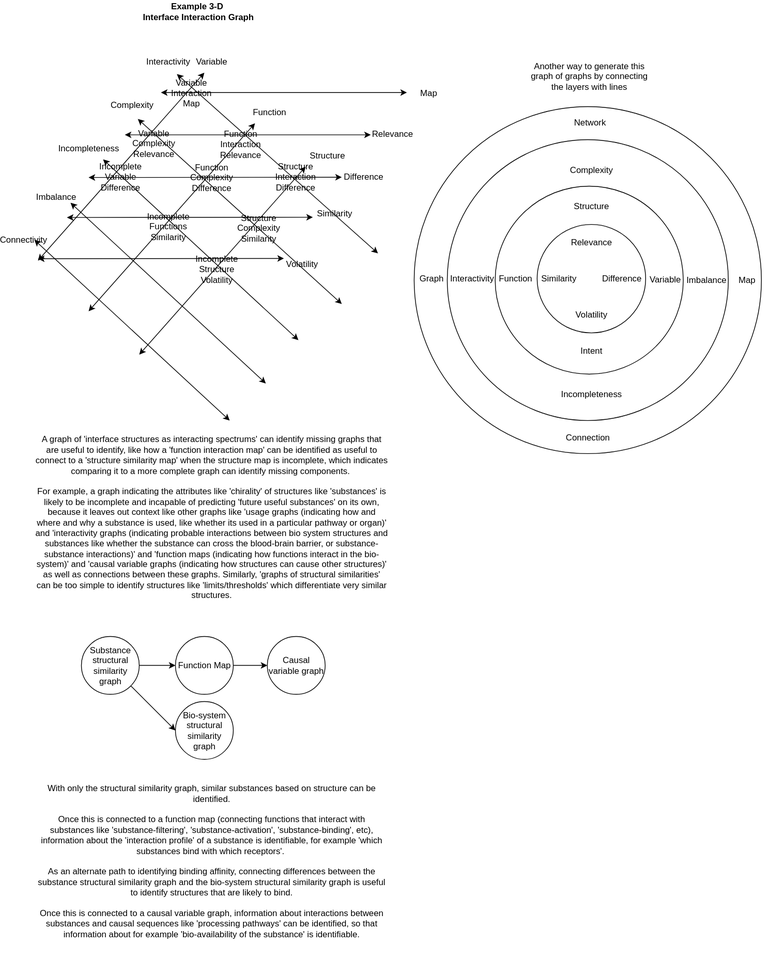
outdreamer/build-a-cure keeps this draw.io diagram as docs/objects/graph_generation.drawio.svg. Above is the earlier version. Source tidied: cells renumbered, new cells last; positions are measured from the earlier drawing's top-left corner, leaving out a move shared by most shapes.
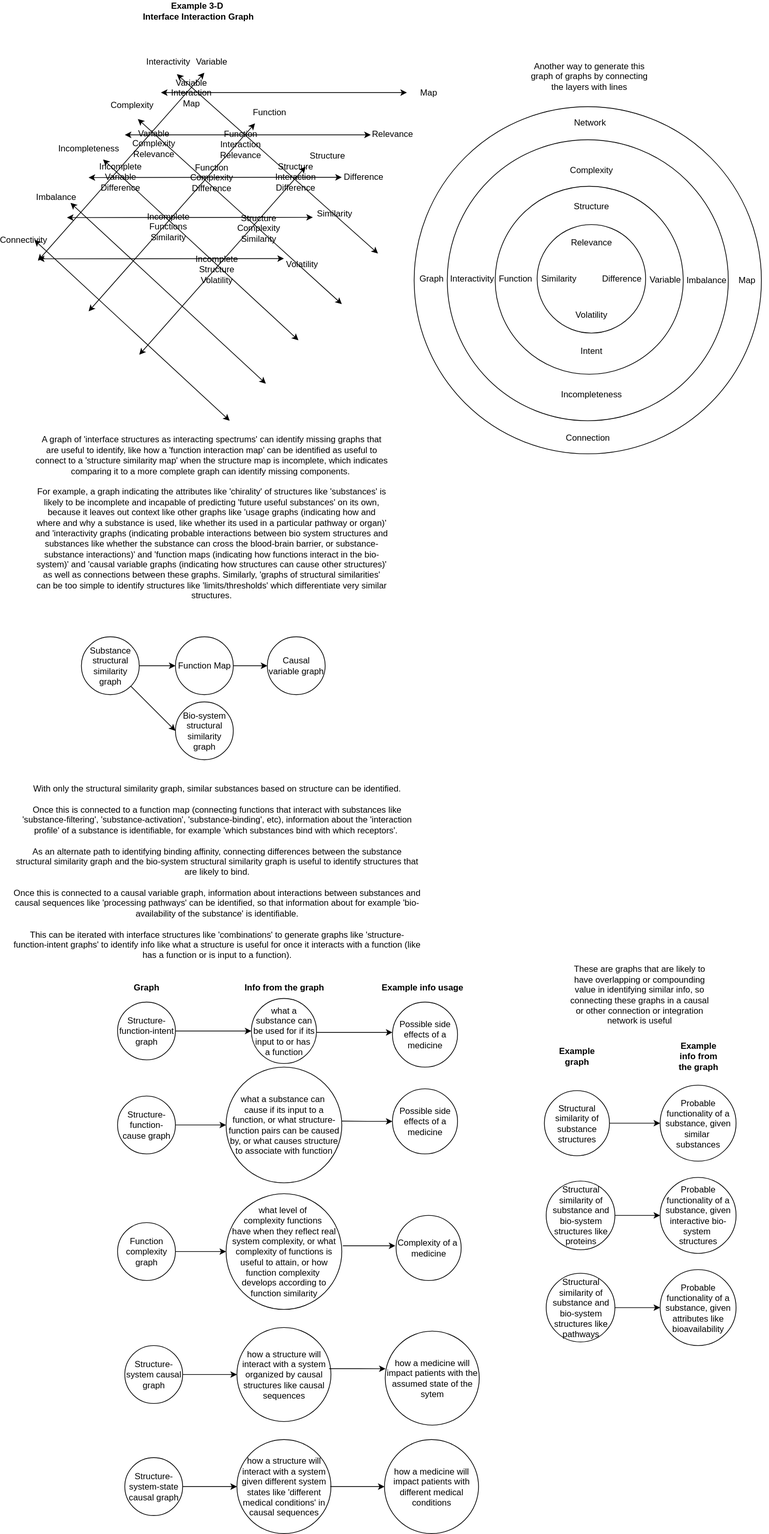
Later version of the same file.

Change to the diagram source:
```diff
@@ -233,8 +233,8 @@
         <mxPoint x="320" y="920" as="sourcePoint" />
       </mxGeometry>
     </mxCell>
-    <mxCell id="65" value="With only the structural similarity graph, similar substances based on structure can be identified.&lt;div&gt;&lt;br&gt;&lt;/div&gt;&lt;div&gt;Once this is connected to a function map (connecting functions that interact with substances like 'substance-filtering', 'substance-activation', 'substance-binding', etc), information about the 'interaction profile' of a substance is identifiable, for example 'which substances bind with which receptors'.&amp;nbsp;&lt;/div&gt;&lt;div&gt;&lt;br&gt;&lt;/div&gt;&lt;div&gt;As an alternate path to identifying binding affinity, connecting differences between the substance structural similarity graph and the bio-system structural similarity graph is useful to identify structures that are likely to bind.&lt;/div&gt;&lt;div&gt;&lt;br&gt;&lt;/div&gt;&lt;div&gt;Once this is connected to a causal variable graph, information about interactions between substances and causal sequences like 'processing pathways' can be identified, so that information about for example 'bio-availability of the substance' is identifiable.&lt;/div&gt;&lt;div&gt;&lt;br&gt;&lt;/div&gt;&lt;div&gt;&lt;br&gt;&lt;/div&gt;" style="text;html=1;align=center;verticalAlign=middle;whiteSpace=wrap;rounded=0;" parent="1" vertex="1">
-      <mxGeometry x="45" y="1190" width="490" height="30" as="geometry" />
+    <mxCell id="65" value="With only the structural similarity graph, similar substances based on structure can be identified.&lt;div&gt;&lt;br&gt;&lt;/div&gt;&lt;div&gt;Once this is connected to a function map (connecting functions that interact with substances like 'substance-filtering', 'substance-activation', 'substance-binding', etc), information about the 'interaction profile' of a substance is identifiable, for example 'which substances bind with which receptors'.&amp;nbsp;&lt;/div&gt;&lt;div&gt;&lt;br&gt;&lt;/div&gt;&lt;div&gt;As an alternate path to identifying binding affinity, connecting differences between the substance structural similarity graph and the bio-system structural similarity graph is useful to identify structures that are likely to bind.&lt;/div&gt;&lt;div&gt;&lt;br&gt;&lt;/div&gt;&lt;div&gt;Once this is connected to a causal variable graph, information about interactions between substances and causal sequences like 'processing pathways' can be identified, so that information about for example 'bio-availability of the substance' is identifiable.&lt;/div&gt;&lt;div&gt;&lt;br&gt;&lt;/div&gt;&lt;div&gt;This can be iterated with interface structures like 'combinations' to generate graphs like 'structure-function-intent graphs' to identify info like what a structure is useful for once it interacts with a function (like has a function or is input to a function).&lt;/div&gt;" style="text;html=1;align=center;verticalAlign=middle;whiteSpace=wrap;rounded=0;" parent="1" vertex="1">
+      <mxGeometry x="14.5" y="1190" width="565" height="30" as="geometry" />
     </mxCell>
     <mxCell id="66" value="Bio-system structural similarity graph" style="ellipse;whiteSpace=wrap;html=1;" parent="1" vertex="1">
       <mxGeometry x="240" y="970" width="80" height="80" as="geometry" />
@@ -242,5 +242,136 @@
     <mxCell id="67" style="endArrow=classic;html=1;rounded=0;exitX=1;exitY=1;exitDx=0;exitDy=0;entryX=0;entryY=0.5;entryDx=0;entryDy=0;" parent="1" edge="1" source="60" target="66">
       <mxGeometry relative="1" as="geometry" />
     </mxCell>
+    <mxCell id="68" style="edgeStyle=orthogonalEdgeStyle;rounded=0;jettySize=auto;html=1;" parent="1" edge="1" source="69" target="70">
+      <mxGeometry relative="1" as="geometry" />
+    </mxCell>
+    <mxCell id="69" value="Structure-function-intent graph" style="ellipse;whiteSpace=wrap;html=1;" parent="1" vertex="1">
+      <mxGeometry x="160" y="1385" width="80" height="80" as="geometry" />
+    </mxCell>
+    <mxCell id="70" value="what a substance can be used for if its input to or has&amp;nbsp;&lt;div&gt;a function&lt;/div&gt;" style="ellipse;whiteSpace=wrap;html=1;" parent="1" vertex="1">
+      <mxGeometry x="345" y="1380" width="90" height="90" as="geometry" />
+    </mxCell>
+    <mxCell id="71" style="edgeStyle=orthogonalEdgeStyle;rounded=0;jettySize=auto;html=1;" parent="1" edge="1" source="72" target="73">
+      <mxGeometry relative="1" as="geometry" />
+    </mxCell>
+    <mxCell id="72" value="Structure-function-cause graph" style="ellipse;whiteSpace=wrap;html=1;" parent="1" vertex="1">
+      <mxGeometry x="160" y="1515" width="80" height="80" as="geometry" />
+    </mxCell>
+    <mxCell id="73" value="what a substance can&amp;nbsp;&lt;div&gt;cause if its input to a function, or what structure-function pairs can be caused by, or what causes structure to associate with function&lt;/div&gt;" style="ellipse;whiteSpace=wrap;html=1;" parent="1" vertex="1">
+      <mxGeometry x="310" y="1475" width="160" height="160" as="geometry" />
+    </mxCell>
+    <mxCell id="74" value="Graph" style="text;html=1;align=center;verticalAlign=middle;whiteSpace=wrap;rounded=0;fontStyle=1;" parent="1" vertex="1">
+      <mxGeometry x="170" y="1350" width="60" height="30" as="geometry" />
+    </mxCell>
+    <mxCell id="75" value="Info from the graph" style="text;html=1;align=center;verticalAlign=middle;whiteSpace=wrap;rounded=0;fontStyle=1;" parent="1" vertex="1">
+      <mxGeometry x="328.5" y="1350" width="123" height="30" as="geometry" />
+    </mxCell>
+    <mxCell id="76" style="edgeStyle=orthogonalEdgeStyle;rounded=0;jettySize=auto;html=1;" parent="1" edge="1" source="77" target="78">
+      <mxGeometry relative="1" as="geometry" />
+    </mxCell>
+    <mxCell id="77" value="Function complexity graph" style="ellipse;whiteSpace=wrap;html=1;" parent="1" vertex="1">
+      <mxGeometry x="160" y="1690" width="80" height="80" as="geometry" />
+    </mxCell>
+    <mxCell id="78" value="what level of&amp;nbsp;&lt;div&gt;complexity functions&amp;nbsp;&lt;/div&gt;&lt;div&gt;have when they reflect real system complexity, or what complexity of functions is useful to attain, or how function complexity&amp;nbsp;&lt;div&gt;develops according to function similarity&lt;/div&gt;&lt;/div&gt;" style="ellipse;whiteSpace=wrap;html=1;" parent="1" vertex="1">
+      <mxGeometry x="310" y="1650" width="160" height="160" as="geometry" />
+    </mxCell>
+    <mxCell id="79" style="edgeStyle=orthogonalEdgeStyle;rounded=0;jettySize=auto;html=1;" parent="1" edge="1" source="80" target="81">
+      <mxGeometry relative="1" as="geometry" />
+    </mxCell>
+    <mxCell id="80" value="Structure-system causal graph" style="ellipse;whiteSpace=wrap;html=1;" parent="1" vertex="1">
+      <mxGeometry x="170" y="1860" width="80" height="80" as="geometry" />
+    </mxCell>
+    <mxCell id="81" value="how a structure will interact with a system organized by causal structures like causal sequences" style="ellipse;whiteSpace=wrap;html=1;" parent="1" vertex="1">
+      <mxGeometry x="325" y="1835" width="130" height="130" as="geometry" />
+    </mxCell>
+    <mxCell id="82" style="edgeStyle=orthogonalEdgeStyle;rounded=0;jettySize=auto;html=1;" parent="1" edge="1" source="83" target="84">
+      <mxGeometry relative="1" as="geometry" />
+    </mxCell>
+    <mxCell id="83" value="Structure-system-state causal graph" style="ellipse;whiteSpace=wrap;html=1;" parent="1" vertex="1">
+      <mxGeometry x="170" y="2015" width="80" height="80" as="geometry" />
+    </mxCell>
+    <mxCell id="84" value="how a structure will interact with a system given different system states like 'different medical conditions' in causal sequences" style="ellipse;whiteSpace=wrap;html=1;" parent="1" vertex="1">
+      <mxGeometry x="325" y="1990" width="130" height="130" as="geometry" />
+    </mxCell>
+    <mxCell id="85" value="how a medicine will impact patients with different medical conditions" style="ellipse;whiteSpace=wrap;html=1;" parent="1" vertex="1">
+      <mxGeometry x="529" y="1990" width="130" height="130" as="geometry" />
+    </mxCell>
+    <mxCell id="86" style="edgeStyle=orthogonalEdgeStyle;rounded=0;orthogonalLoop=1;jettySize=auto;html=1;entryX=0;entryY=0.5;entryDx=0;entryDy=0;" parent="1" edge="1">
+      <mxGeometry relative="1" as="geometry">
+        <mxPoint x="454" y="2055" as="sourcePoint" />
+        <mxPoint x="529" y="2055" as="targetPoint" />
+      </mxGeometry>
+    </mxCell>
+    <mxCell id="87" value="how a medicine will impact patients with the assumed state of the sytem" style="ellipse;whiteSpace=wrap;html=1;" parent="1" vertex="1">
+      <mxGeometry x="530" y="1840" width="130" height="130" as="geometry" />
+    </mxCell>
+    <mxCell id="88" style="edgeStyle=orthogonalEdgeStyle;rounded=0;jettySize=auto;html=1;entryX=0.004;entryY=0.4;entryDx=0;entryDy=0;exitX=0.981;exitY=0.438;exitDx=0;exitDy=0;exitPerimeter=0;entryPerimeter=0;" parent="1" edge="1" source="81" target="87">
+      <mxGeometry relative="1" as="geometry" />
+    </mxCell>
+    <mxCell id="89" value="Example info usage" style="text;html=1;align=center;verticalAlign=middle;whiteSpace=wrap;rounded=0;fontStyle=1;" parent="1" vertex="1">
+      <mxGeometry x="520" y="1350" width="123" height="30" as="geometry" />
+    </mxCell>
+    <mxCell id="90" value="Possible side effects of a medicine" style="ellipse;whiteSpace=wrap;html=1;" parent="1" vertex="1">
+      <mxGeometry x="540" y="1385" width="90" height="90" as="geometry" />
+    </mxCell>
+    <mxCell id="91" style="edgeStyle=orthogonalEdgeStyle;rounded=0;orthogonalLoop=1;jettySize=auto;html=1;" parent="1" edge="1">
+      <mxGeometry relative="1" as="geometry">
+        <mxPoint x="435" y="1427" as="sourcePoint" />
+        <mxPoint x="540" y="1427" as="targetPoint" />
+      </mxGeometry>
+    </mxCell>
+    <mxCell id="92" value="Possible side effects of a medicine" style="ellipse;whiteSpace=wrap;html=1;" parent="1" vertex="1">
+      <mxGeometry x="540" y="1505" width="90" height="90" as="geometry" />
+    </mxCell>
+    <mxCell id="93" style="edgeStyle=orthogonalEdgeStyle;rounded=0;orthogonalLoop=1;jettySize=auto;html=1;" parent="1" edge="1">
+      <mxGeometry relative="1" as="geometry">
+        <mxPoint x="470" y="1549.5" as="sourcePoint" />
+        <mxPoint x="540" y="1550" as="targetPoint" />
+      </mxGeometry>
+    </mxCell>
+    <mxCell id="94" value="Complexity of a&amp;nbsp; medicine" style="ellipse;whiteSpace=wrap;html=1;" parent="1" vertex="1">
+      <mxGeometry x="545" y="1680" width="90" height="90" as="geometry" />
+    </mxCell>
+    <mxCell id="95" style="edgeStyle=orthogonalEdgeStyle;rounded=0;jettySize=auto;html=1;exitX=1.009;exitY=0.45;exitDx=0;exitDy=0;exitPerimeter=0;" parent="1" edge="1" source="78">
+      <mxGeometry relative="1" as="geometry">
+        <mxPoint x="544" y="1722" as="targetPoint" />
+      </mxGeometry>
+    </mxCell>
+    <mxCell id="96" value="Structural similarity of substance structures" style="ellipse;whiteSpace=wrap;html=1;" parent="1" vertex="1">
+      <mxGeometry x="750" y="1507.5" width="90" height="90" as="geometry" />
+    </mxCell>
+    <mxCell id="97" value="Probable functionality of a substance, given similar&amp;nbsp;&lt;div&gt;substances&lt;/div&gt;" style="ellipse;whiteSpace=wrap;html=1;" parent="1" vertex="1">
+      <mxGeometry x="910" y="1500" width="105" height="105" as="geometry" />
+    </mxCell>
+    <mxCell id="98" value="Structural similarity of substance and bio-system structures like proteins" style="ellipse;whiteSpace=wrap;html=1;" parent="1" vertex="1">
+      <mxGeometry x="752.5" y="1632.5" width="95" height="95" as="geometry" />
+    </mxCell>
+    <mxCell id="99" value="Probable functionality of a substance, given interactive bio-system&amp;nbsp;&lt;div&gt;structures&lt;/div&gt;" style="ellipse;whiteSpace=wrap;html=1;" parent="1" vertex="1">
+      <mxGeometry x="910" y="1627.5" width="105" height="105" as="geometry" />
+    </mxCell>
+    <mxCell id="100" style="endArrow=classic;html=1;rounded=0;exitX=1;exitY=0.5;exitDx=0;exitDy=0;entryX=0;entryY=0.5;entryDx=0;entryDy=0;" parent="1" edge="1" source="96" target="97">
+      <mxGeometry relative="1" as="geometry" />
+    </mxCell>
+    <mxCell id="101" style="endArrow=classic;html=1;rounded=0;exitX=1;exitY=0.5;exitDx=0;exitDy=0;entryX=0;entryY=0.5;entryDx=0;entryDy=0;" parent="1" edge="1" source="98" target="99">
+      <mxGeometry relative="1" as="geometry" />
+    </mxCell>
+    <mxCell id="102" value="Structural similarity of substance and bio-system structures like pathways" style="ellipse;whiteSpace=wrap;html=1;" parent="1" vertex="1">
+      <mxGeometry x="752.5" y="1760" width="95" height="95" as="geometry" />
+    </mxCell>
+    <mxCell id="103" value="Probable functionality of a substance, given attributes like bioavailability" style="ellipse;whiteSpace=wrap;html=1;" parent="1" vertex="1">
+      <mxGeometry x="910" y="1755" width="105" height="105" as="geometry" />
+    </mxCell>
+    <mxCell id="104" style="endArrow=classic;html=1;rounded=0;exitX=1;exitY=0.5;exitDx=0;exitDy=0;entryX=0;entryY=0.5;entryDx=0;entryDy=0;" parent="1" edge="1" source="102" target="103">
+      <mxGeometry relative="1" as="geometry" />
+    </mxCell>
+    <mxCell id="105" value="Example graph" style="text;html=1;align=center;verticalAlign=middle;whiteSpace=wrap;rounded=0;fontStyle=1;" parent="1" vertex="1">
+      <mxGeometry x="765" y="1445" width="60" height="30" as="geometry" />
+    </mxCell>
+    <mxCell id="106" value="Example info from the graph" style="text;html=1;align=center;verticalAlign=middle;whiteSpace=wrap;rounded=0;fontStyle=1;" parent="1" vertex="1">
+      <mxGeometry x="932.5" y="1445" width="60" height="30" as="geometry" />
+    </mxCell>
+    <mxCell id="107" value="&lt;span style=&quot;font-weight: normal;&quot;&gt;These are graphs that are likely to have overlapping or compounding value in identifying similar info, so connecting these graphs in a causal or other connection or integration network is useful&lt;/span&gt;" style="text;html=1;align=center;verticalAlign=middle;whiteSpace=wrap;rounded=0;fontStyle=1;" parent="1" vertex="1">
+      <mxGeometry x="780" y="1350" width="202.5" height="50" as="geometry" />
+    </mxCell>
   </root>
 </mxGraphModel>
```
